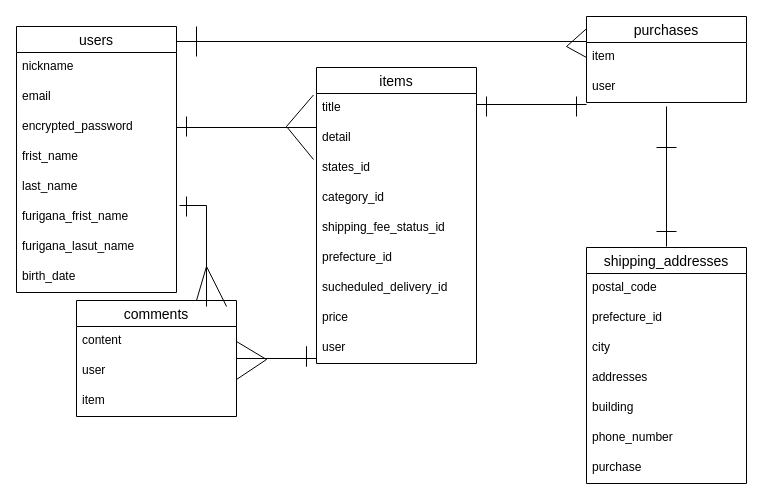
Before: test.dio in kumaboie/furima-41372, a draw.io diagram. Source tidied: cells renumbered, new cells numbered last; positions are measured from the earlier drawing's top-left corner, leaving out a move shared by most shapes. Both pictures are drawn from the tidied source at 100%, with x=0, y=0 at pixel (16, 16).
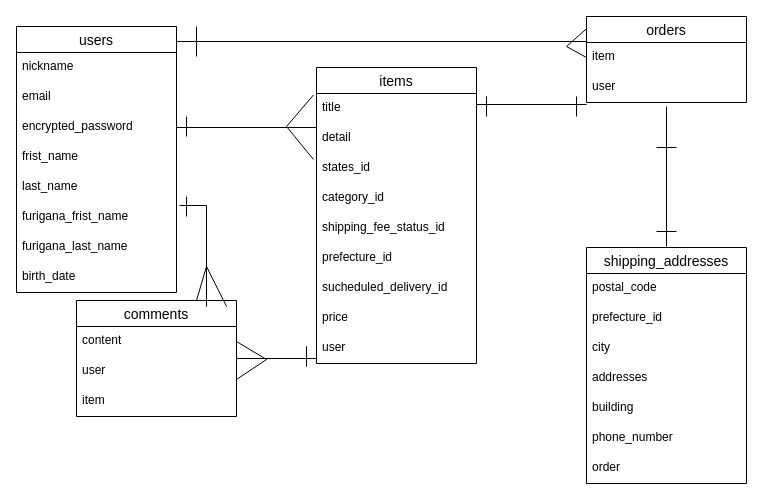
The same page after the edit.

The change refers to these unchanged cells:
```xml
<mxCell id="2" value="users" style="swimlane;fontStyle=0;horizontal=1;startSize=26;align=center;fontSize=14;" parent="1" vertex="1">
  <mxGeometry y="10" width="160" height="266" as="geometry" />
</mxCell>
<mxCell id="26" value="shipping_addresses" style="swimlane;fontStyle=0;horizontal=1;startSize=26;align=center;fontSize=14;" parent="1" vertex="1">
  <mxGeometry x="570" y="231" width="160" height="236" as="geometry" />
</mxCell>
```

Diff of the diagram source:
```diff
@@
-    <mxCell id="9" value="furigana_lasut_name" style="text;strokeColor=none;fillColor=none;spacingLeft=4;spacingRight=4;overflow=hidden;fontSize=12;" parent="2" vertex="1">
+    <mxCell id="9" value="furigana_last_name" style="text;strokeColor=none;fillColor=none;spacingLeft=4;spacingRight=4;overflow=hidden;fontSize=12;" parent="2" vertex="1">
       <mxGeometry y="206" width="160" height="30" as="geometry" />
     </mxCell>
@@
-    <mxCell id="22" value="purchases" style="swimlane;fontStyle=0;horizontal=1;startSize=26;align=center;fontSize=14;" parent="1" vertex="1">
+    <mxCell id="22" value="orders" style="swimlane;fontStyle=0;horizontal=1;startSize=26;align=center;fontSize=14;" parent="1" vertex="1">
       <mxGeometry x="570" width="160" height="86" as="geometry" />
     </mxCell>
@@
-    <mxCell id="33" value="purchase" style="text;strokeColor=none;fillColor=none;spacingLeft=4;spacingRight=4;overflow=hidden;fontSize=12;" parent="26" vertex="1">
+    <mxCell id="33" value="order" style="text;strokeColor=none;fillColor=none;spacingLeft=4;spacingRight=4;overflow=hidden;fontSize=12;" parent="26" vertex="1">
       <mxGeometry y="206" width="160" height="30" as="geometry" />
     </mxCell>
```
